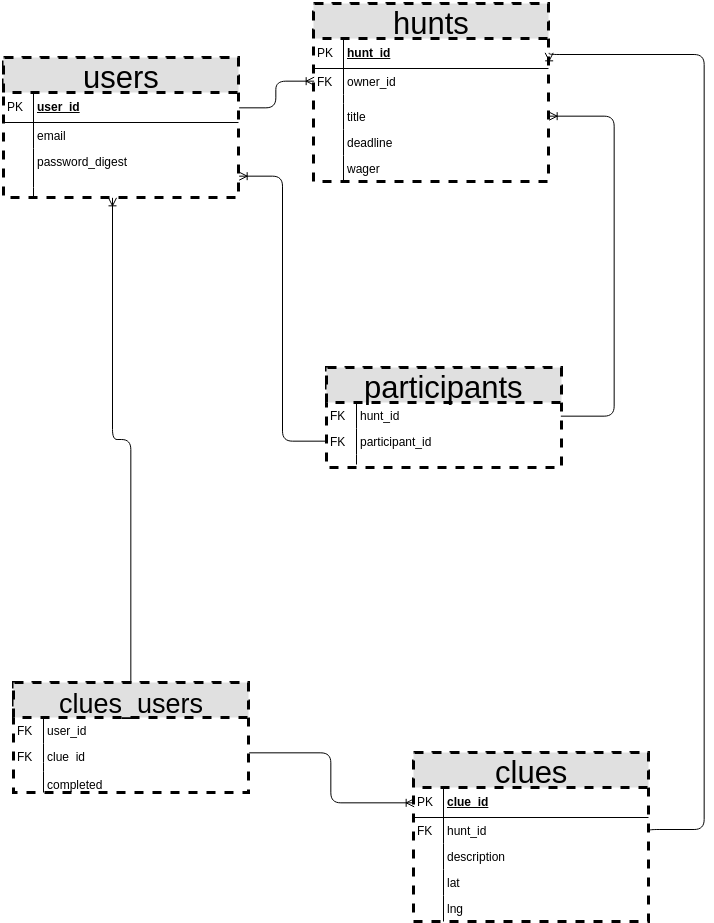
This is scavenger_erd.png from dropTHATdatabase/project3, a draw.io export, as it was before one commit. Source tidied: cells renumbered, new cells last; positions are measured from the earlier drawing's top-left corner, leaving out a move shared by most shapes.
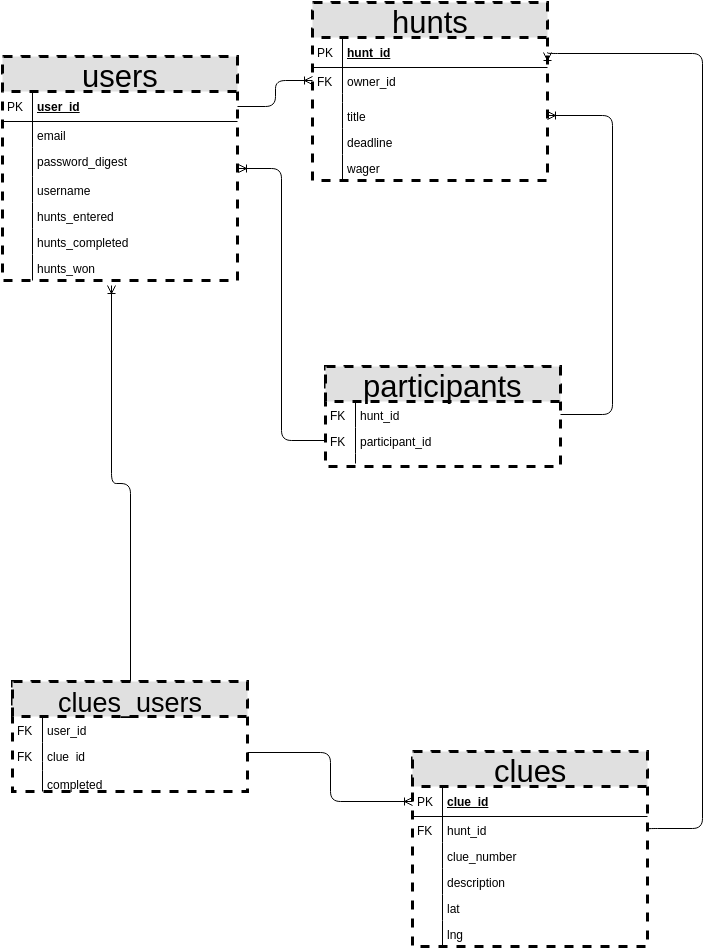
Above is the later version.

Commit message:
Adds clue_number to clues table on ERD

Diff of the diagram source:
```diff
@@ -3,7 +3,7 @@
     <mxCell id="0" />
     <mxCell id="1" parent="0" />
     <mxCell id="2" value="users" style="swimlane;html=1;fontStyle=0;horizontal=1;startSize=35;fillColor=#e0e0e0;swimlaneFillColor=#ffffff;dashed=1;strokeWidth=3;fontSize=31;fontColor=#000000;align=center;" parent="1" vertex="1">
-      <mxGeometry y="54" width="235" height="140" as="geometry" />
+      <mxGeometry y="54" width="235" height="224" as="geometry" />
     </mxCell>
     <mxCell id="3" value="user_id" style="shape=partialRectangle;top=0;left=0;right=0;bottom=1;html=1;align=left;verticalAlign=middle;fillColor=none;spacingLeft=34;spacingRight=4;whiteSpace=wrap;overflow=hidden;points=[[0,0.5],[1,0.5]];portConstraint=eastwest;fontStyle=5;" parent="2" vertex="1">
       <mxGeometry y="35" width="235" height="30" as="geometry" />
@@ -18,17 +18,35 @@
       <mxGeometry width="30" height="26" as="geometry" />
     </mxCell>
     <mxCell id="7" value="password_digest" style="shape=partialRectangle;top=0;left=0;right=0;bottom=0;html=1;align=left;verticalAlign=top;fillColor=none;spacingLeft=34;spacingRight=4;whiteSpace=wrap;overflow=hidden;points=[[0,0.5],[1,0.5]];portConstraint=eastwest;" parent="2" vertex="1">
-      <mxGeometry y="91" width="235" height="39" as="geometry" />
+      <mxGeometry y="91" width="235" height="29" as="geometry" />
     </mxCell>
     <mxCell id="8" style="shape=partialRectangle;top=0;left=0;bottom=0;html=1;fillColor=none;align=left;verticalAlign=top;spacingLeft=4;spacingRight=4;whiteSpace=wrap;overflow=hidden;" parent="7" vertex="1">
-      <mxGeometry width="30" height="39" as="geometry" />
+      <mxGeometry width="30" height="29" as="geometry" />
     </mxCell>
-    <mxCell id="9" style="shape=partialRectangle;top=0;left=0;right=0;bottom=0;html=1;align=left;verticalAlign=top;fillColor=none;spacingLeft=34;spacingRight=4;whiteSpace=wrap;overflow=hidden;points=[[0,0.5],[1,0.5]];portConstraint=eastwest;" parent="2" vertex="1">
-      <mxGeometry y="130" width="235" height="10" as="geometry" />
-    </mxCell>
-    <mxCell id="10" style="shape=partialRectangle;top=0;left=0;bottom=0;html=1;fillColor=none;align=left;verticalAlign=top;spacingLeft=4;spacingRight=4;whiteSpace=wrap;overflow=hidden;" parent="9" vertex="1">
-      <mxGeometry width="30" height="10" as="geometry" />
-    </mxCell>
+    <mxCell id="57" value="username" style="shape=partialRectangle;top=0;left=0;right=0;bottom=0;html=1;align=left;verticalAlign=top;fillColor=none;spacingLeft=34;spacingRight=4;whiteSpace=wrap;overflow=hidden;" parent="2" vertex="1">
+      <mxGeometry y="120" width="235" height="26" as="geometry" />
+    </mxCell>
+    <mxCell id="58" style="shape=partialRectangle;top=0;left=0;bottom=0;html=1;fillColor=none;align=left;verticalAlign=top;spacingLeft=4;spacingRight=4;whiteSpace=wrap;overflow=hidden;" parent="57" vertex="1">
+      <mxGeometry width="30" height="26" as="geometry" />
+    </mxCell>
+    <mxCell id="59" value="hunts_entered" style="shape=partialRectangle;top=0;left=0;right=0;bottom=0;html=1;align=left;verticalAlign=top;fillColor=none;spacingLeft=34;spacingRight=4;whiteSpace=wrap;overflow=hidden;" parent="2" vertex="1">
+      <mxGeometry y="146" width="235" height="26" as="geometry" />
+    </mxCell>
+    <mxCell id="60" style="shape=partialRectangle;top=0;left=0;bottom=0;html=1;fillColor=none;align=left;verticalAlign=top;spacingLeft=4;spacingRight=4;whiteSpace=wrap;overflow=hidden;" parent="59" vertex="1">
+      <mxGeometry width="30" height="26" as="geometry" />
+    </mxCell>
+    <mxCell id="61" value="hunts_completed" style="shape=partialRectangle;top=0;left=0;right=0;bottom=0;html=1;align=left;verticalAlign=top;fillColor=none;spacingLeft=34;spacingRight=4;whiteSpace=wrap;overflow=hidden;" parent="2" vertex="1">
+      <mxGeometry y="172" width="235" height="26" as="geometry" />
+    </mxCell>
+    <mxCell id="62" style="shape=partialRectangle;top=0;left=0;bottom=0;html=1;fillColor=none;align=left;verticalAlign=top;spacingLeft=4;spacingRight=4;whiteSpace=wrap;overflow=hidden;" parent="61" vertex="1">
+      <mxGeometry width="30" height="26" as="geometry" />
+    </mxCell>
+    <mxCell id="63" value="hunts_won" style="shape=partialRectangle;top=0;left=0;right=0;bottom=0;html=1;align=left;verticalAlign=top;fillColor=none;spacingLeft=34;spacingRight=4;whiteSpace=wrap;overflow=hidden;" parent="2" vertex="1">
+      <mxGeometry y="198" width="235" height="26" as="geometry" />
+    </mxCell>
+    <mxCell id="64" style="shape=partialRectangle;top=0;left=0;bottom=0;html=1;fillColor=none;align=left;verticalAlign=top;spacingLeft=4;spacingRight=4;whiteSpace=wrap;overflow=hidden;" parent="63" vertex="1">
+      <mxGeometry width="30" height="26" as="geometry" />
+    </mxCell>
     <mxCell id="11" value="hunts" style="swimlane;html=1;fontStyle=0;horizontal=1;startSize=35;fillColor=#e0e0e0;swimlaneFillColor=#ffffff;dashed=1;strokeWidth=3;fontSize=31;fontColor=#000000;align=center;" parent="1" vertex="1">
       <mxGeometry x="310" width="235" height="178" as="geometry" />
     </mxCell>
@@ -69,7 +87,7 @@
       <mxGeometry width="30" height="26" as="geometry" />
     </mxCell>
     <mxCell id="24" value="clues" style="swimlane;html=1;fontStyle=0;horizontal=1;startSize=35;fillColor=#e0e0e0;swimlaneFillColor=#ffffff;dashed=1;strokeWidth=3;fontSize=31;fontColor=#000000;align=center;" parent="1" vertex="1">
-      <mxGeometry x="410" y="749" width="235" height="169" as="geometry" />
+      <mxGeometry x="410" y="749" width="235" height="195" as="geometry" />
     </mxCell>
     <mxCell id="25" value="clue_id" style="shape=partialRectangle;top=0;left=0;right=0;bottom=1;html=1;align=left;verticalAlign=middle;fillColor=none;spacingLeft=34;spacingRight=4;whiteSpace=wrap;overflow=hidden;points=[[0,0.5],[1,0.5]];portConstraint=eastwest;fontStyle=5;" parent="24" vertex="1">
       <mxGeometry y="35" width="235" height="30" as="geometry" />
@@ -83,20 +101,26 @@
     <mxCell id="28" value="FK" style="shape=partialRectangle;top=0;left=0;bottom=0;html=1;fillColor=none;align=left;verticalAlign=top;spacingLeft=4;spacingRight=4;whiteSpace=wrap;overflow=hidden;" parent="27" vertex="1">
       <mxGeometry width="30" height="26" as="geometry" />
     </mxCell>
+    <mxCell id="65" value="clue_number" style="shape=partialRectangle;top=0;left=0;right=0;bottom=0;html=1;align=left;verticalAlign=top;fillColor=none;spacingLeft=34;spacingRight=4;whiteSpace=wrap;overflow=hidden;" parent="24" vertex="1">
+      <mxGeometry y="91" width="235" height="26" as="geometry" />
+    </mxCell>
+    <mxCell id="66" style="shape=partialRectangle;top=0;left=0;bottom=0;html=1;fillColor=none;align=left;verticalAlign=top;spacingLeft=4;spacingRight=4;whiteSpace=wrap;overflow=hidden;" parent="65" vertex="1">
+      <mxGeometry width="30" height="26" as="geometry" />
+    </mxCell>
     <mxCell id="29" value="description" style="shape=partialRectangle;top=0;left=0;right=0;bottom=0;html=1;align=left;verticalAlign=top;fillColor=none;spacingLeft=34;spacingRight=4;whiteSpace=wrap;overflow=hidden;" parent="24" vertex="1">
-      <mxGeometry y="91" width="235" height="26" as="geometry" />
+      <mxGeometry y="117" width="235" height="26" as="geometry" />
     </mxCell>
     <mxCell id="30" style="shape=partialRectangle;top=0;left=0;bottom=0;html=1;fillColor=none;align=left;verticalAlign=top;spacingLeft=4;spacingRight=4;whiteSpace=wrap;overflow=hidden;" parent="29" vertex="1">
       <mxGeometry width="30" height="26" as="geometry" />
     </mxCell>
     <mxCell id="31" value="lat" style="shape=partialRectangle;top=0;left=0;right=0;bottom=0;html=1;align=left;verticalAlign=top;fillColor=none;spacingLeft=34;spacingRight=4;whiteSpace=wrap;overflow=hidden;" parent="24" vertex="1">
-      <mxGeometry y="117" width="235" height="26" as="geometry" />
+      <mxGeometry y="143" width="235" height="26" as="geometry" />
     </mxCell>
     <mxCell id="32" style="shape=partialRectangle;top=0;left=0;bottom=0;html=1;fillColor=none;align=left;verticalAlign=top;spacingLeft=4;spacingRight=4;whiteSpace=wrap;overflow=hidden;" parent="31" vertex="1">
       <mxGeometry width="30" height="26" as="geometry" />
     </mxCell>
     <mxCell id="33" value="lng" style="shape=partialRectangle;top=0;left=0;right=0;bottom=0;html=1;align=left;verticalAlign=top;fillColor=none;spacingLeft=34;spacingRight=4;whiteSpace=wrap;overflow=hidden;" parent="24" vertex="1">
-      <mxGeometry y="143" width="235" height="26" as="geometry" />
+      <mxGeometry y="169" width="235" height="26" as="geometry" />
     </mxCell>
     <mxCell id="34" style="shape=partialRectangle;top=0;left=0;bottom=0;html=1;fillColor=none;align=left;verticalAlign=top;spacingLeft=4;spacingRight=4;whiteSpace=wrap;overflow=hidden;" parent="33" vertex="1">
       <mxGeometry width="30" height="26" as="geometry" />
@@ -163,8 +187,10 @@
     <mxCell id="53" style="shape=partialRectangle;top=0;left=0;bottom=0;html=1;fillColor=none;align=left;verticalAlign=top;spacingLeft=4;spacingRight=4;whiteSpace=wrap;overflow=hidden;" parent="52" vertex="1">
       <mxGeometry width="30" height="10" as="geometry" />
     </mxCell>
-    <mxCell id="54" style="html=1;endArrow=ERoneToMany;fontSize=31;fontColor=#000000;exitX=0.5;exitY=0;edgeStyle=orthogonalEdgeStyle;entryX=0.463;entryY=0.957;entryPerimeter=0;" parent="1" edge="1" source="36" target="9">
-      <mxGeometry relative="1" as="geometry" />
+    <mxCell id="54" style="html=1;endArrow=ERoneToMany;fontSize=31;fontColor=#000000;exitX=0.5;exitY=0;edgeStyle=orthogonalEdgeStyle;" parent="1" edge="1" source="36">
+      <mxGeometry relative="1" as="geometry">
+        <mxPoint x="109" y="283" as="targetPoint" />
+      </mxGeometry>
     </mxCell>
     <mxCell id="55" style="edgeStyle=orthogonalEdgeStyle;html=1;endArrow=ERoneToMany;fontSize=31;fontColor=#000000;exitX=1;exitY=0.5;entryX=1;entryY=0.5;" parent="1" edge="1" source="48" target="18">
       <mxGeometry relative="1" as="geometry">
```
